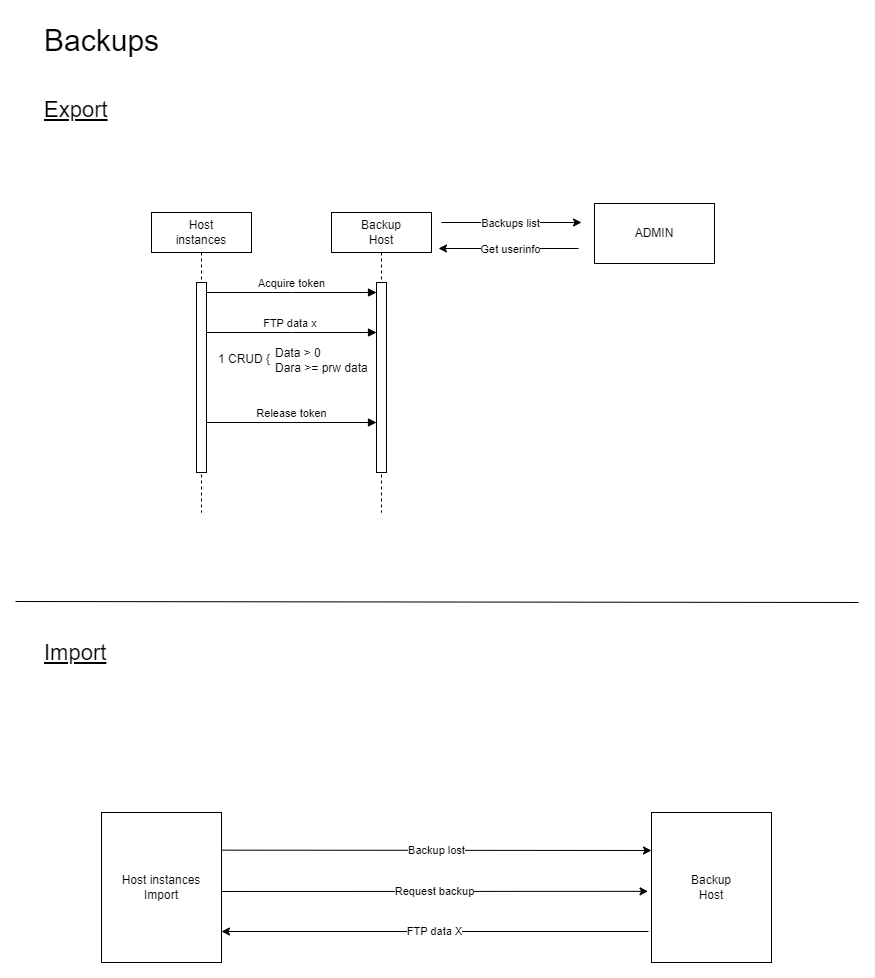
yesbabylon/b2 keeps this draw.io diagram as doc/Backups.png. Above is the earlier version. Source tidied: cells renumbered, new cells last; positions are measured from the earlier drawing's top-left corner, leaving out a move shared by most shapes. Its diagram source:
```xml
<mxGraphModel>
  <root>
    <mxCell id="0" />
    <mxCell id="1" parent="0" />
    <mxCell id="2" value="Host&lt;br&gt;instances" style="shape=umlLifeline;perimeter=lifelinePerimeter;whiteSpace=wrap;html=1;newEdgeStyle={&quot;edgeStyle&quot;:&quot;elbowEdgeStyle&quot;,&quot;elbow&quot;:&quot;vertical&quot;,&quot;curved&quot;:0,&quot;rounded&quot;:0};" parent="1" vertex="1">
      <mxGeometry x="136" y="197" width="100" height="300" as="geometry" />
    </mxCell>
    <mxCell id="3" style="html=1;points=[];perimeter=orthogonalPerimeter;outlineConnect=0;targetShapes=umlLifeline;portConstraint=eastwest;newEdgeStyle={&quot;edgeStyle&quot;:&quot;elbowEdgeStyle&quot;,&quot;elbow&quot;:&quot;vertical&quot;,&quot;curved&quot;:0,&quot;rounded&quot;:0};" parent="2" vertex="1">
      <mxGeometry x="45" y="70" width="10" height="190" as="geometry" />
    </mxCell>
    <mxCell id="4" value="Backup&lt;br&gt;Host" style="shape=umlLifeline;perimeter=lifelinePerimeter;whiteSpace=wrap;html=1;outlineConnect=0;portConstraint=eastwest;newEdgeStyle={&quot;edgeStyle&quot;:&quot;elbowEdgeStyle&quot;,&quot;elbow&quot;:&quot;vertical&quot;,&quot;curved&quot;:0,&quot;rounded&quot;:0};" parent="1" vertex="1">
      <mxGeometry x="316" y="197" width="100" height="300" as="geometry" />
    </mxCell>
    <mxCell id="5" style="html=1;points=[];perimeter=orthogonalPerimeter;outlineConnect=0;targetShapes=umlLifeline;portConstraint=eastwest;newEdgeStyle={&quot;edgeStyle&quot;:&quot;elbowEdgeStyle&quot;,&quot;elbow&quot;:&quot;vertical&quot;,&quot;curved&quot;:0,&quot;rounded&quot;:0};" parent="4" vertex="1">
      <mxGeometry x="45" y="70" width="10" height="190" as="geometry" />
    </mxCell>
    <mxCell id="6" value="Acquire token" style="html=1;verticalAlign=bottom;endArrow=block;edgeStyle=elbowEdgeStyle;elbow=vertical;curved=0;rounded=0;" parent="1" edge="1" source="3" target="5">
      <mxGeometry relative="1" as="geometry">
        <Array as="points">
          <mxPoint x="276" y="277" />
        </Array>
      </mxGeometry>
    </mxCell>
    <mxCell id="7" value="FTP data x&amp;nbsp;" style="html=1;verticalAlign=bottom;endArrow=block;edgeStyle=elbowEdgeStyle;elbow=vertical;curved=0;rounded=0;" parent="1" edge="1">
      <mxGeometry relative="1" as="geometry">
        <mxPoint x="191" y="317" as="sourcePoint" />
        <mxPoint x="361" y="317" as="targetPoint" />
        <Array as="points">
          <mxPoint x="276" y="317" />
        </Array>
      </mxGeometry>
    </mxCell>
    <mxCell id="8" value="1 CRUD {" style="text;html=1;align=right;verticalAlign=middle;strokeColor=none;fillColor=none;" parent="1" vertex="1">
      <mxGeometry x="176" y="329" width="80" height="30" as="geometry" />
    </mxCell>
    <mxCell id="9" value="Data &amp;gt; 0&lt;br&gt;&lt;div style=&quot;&quot;&gt;&lt;span style=&quot;background-color: initial;&quot;&gt;Dara &amp;gt;= prw data&lt;/span&gt;&lt;/div&gt;" style="text;html=1;align=left;verticalAlign=middle;strokeColor=none;fillColor=none;" parent="1" vertex="1">
      <mxGeometry x="258" y="325" width="120" height="40" as="geometry" />
    </mxCell>
    <mxCell id="10" value="Release token" style="html=1;verticalAlign=bottom;endArrow=block;edgeStyle=elbowEdgeStyle;elbow=vertical;curved=0;rounded=0;" parent="1" edge="1">
      <mxGeometry relative="1" as="geometry">
        <mxPoint x="191" y="407" as="sourcePoint" />
        <mxPoint x="361" y="407" as="targetPoint" />
        <Array as="points">
          <mxPoint x="276" y="407" />
        </Array>
      </mxGeometry>
    </mxCell>
    <mxCell id="11" value="ADMIN" style="whiteSpace=wrap;html=1;" parent="1" vertex="1">
      <mxGeometry x="579" y="188" width="120" height="60" as="geometry" />
    </mxCell>
    <mxCell id="12" style="edgeStyle=none;orthogonalLoop=1;jettySize=auto;html=1;rounded=0;" parent="1" edge="1">
      <mxGeometry relative="1" as="geometry">
        <mxPoint x="426" y="207" as="sourcePoint" />
        <mxPoint x="566" y="207" as="targetPoint" />
      </mxGeometry>
    </mxCell>
    <mxCell id="13" value="Backups list" style="edgeLabel;html=1;align=center;verticalAlign=middle;" parent="12" vertex="1">
      <mxGeometry x="-0.03" relative="1" as="geometry" />
    </mxCell>
    <mxCell id="14" style="edgeStyle=none;orthogonalLoop=1;jettySize=auto;html=1;rounded=0;" parent="1" edge="1">
      <mxGeometry relative="1" as="geometry">
        <mxPoint x="563" y="233" as="sourcePoint" />
        <mxPoint x="423" y="233" as="targetPoint" />
      </mxGeometry>
    </mxCell>
    <mxCell id="15" value="Get userinfo" style="edgeLabel;html=1;align=center;verticalAlign=middle;" parent="14" vertex="1">
      <mxGeometry x="-0.02" relative="1" as="geometry" />
    </mxCell>
    <mxCell id="16" value="&lt;font style=&quot;font-size: 30px;&quot;&gt;Backups&lt;/font&gt;" style="text;html=1;align=left;verticalAlign=middle;strokeColor=none;fillColor=none;" parent="1" vertex="1">
      <mxGeometry x="27" width="140" height="50" as="geometry" />
    </mxCell>
    <mxCell id="17" value="&lt;font size=&quot;1&quot; style=&quot;&quot;&gt;&lt;u style=&quot;font-size: 22px;&quot;&gt;Export&lt;/u&gt;&lt;/font&gt;" style="text;html=1;align=left;verticalAlign=middle;strokeColor=none;fillColor=none;" parent="1" vertex="1">
      <mxGeometry x="27" y="75" width="90" height="40" as="geometry" />
    </mxCell>
    <mxCell id="18" value="&lt;font size=&quot;1&quot; style=&quot;&quot;&gt;&lt;u style=&quot;font-size: 22px;&quot;&gt;Import&lt;/u&gt;&lt;/font&gt;" style="text;html=1;align=left;verticalAlign=middle;strokeColor=none;fillColor=none;" parent="1" vertex="1">
      <mxGeometry x="27" y="618" width="90" height="40" as="geometry" />
    </mxCell>
    <mxCell id="19" value="Host instances&lt;br&gt;Import" style="whiteSpace=wrap;html=1;" parent="1" vertex="1">
      <mxGeometry x="86" y="797" width="120" height="150" as="geometry" />
    </mxCell>
    <mxCell id="20" value="Backup&lt;br&gt;Host" style="whiteSpace=wrap;html=1;" parent="1" vertex="1">
      <mxGeometry x="636" y="797" width="120" height="150" as="geometry" />
    </mxCell>
    <mxCell id="21" value="Backup lost" style="edgeStyle=none;orthogonalLoop=1;jettySize=auto;html=1;rounded=0;exitX=0.997;exitY=0.151;exitDx=0;exitDy=0;exitPerimeter=0;" parent="1" edge="1">
      <mxGeometry relative="1" as="geometry">
        <mxPoint x="205.6" y="834.6" as="sourcePoint" />
        <mxPoint x="636" y="835" as="targetPoint" />
      </mxGeometry>
    </mxCell>
    <mxCell id="22" value="Request backup" style="edgeStyle=none;orthogonalLoop=1;jettySize=auto;html=1;rounded=0;exitX=0.997;exitY=0.151;exitDx=0;exitDy=0;exitPerimeter=0;entryX=-0.029;entryY=0.459;entryDx=0;entryDy=0;entryPerimeter=0;" parent="1" edge="1">
      <mxGeometry relative="1" as="geometry">
        <mxPoint x="206" y="876" as="sourcePoint" />
        <mxPoint x="632.5" y="875.9" as="targetPoint" />
      </mxGeometry>
    </mxCell>
    <mxCell id="23" value="FTP data X" style="edgeStyle=none;orthogonalLoop=1;jettySize=auto;html=1;rounded=0;exitX=0.997;exitY=0.151;exitDx=0;exitDy=0;exitPerimeter=0;entryX=-0.029;entryY=0.459;entryDx=0;entryDy=0;entryPerimeter=0;" parent="1" edge="1">
      <mxGeometry relative="1" as="geometry">
        <mxPoint x="633" y="916" as="sourcePoint" />
        <mxPoint x="206" y="916" as="targetPoint" />
      </mxGeometry>
    </mxCell>
    <mxCell id="24" style="edgeStyle=none;orthogonalLoop=1;jettySize=auto;html=1;rounded=0;endArrow=none;endFill=0;" parent="1" edge="1">
      <mxGeometry relative="1" as="geometry">
        <mxPoint y="586" as="sourcePoint" />
        <mxPoint x="843" y="587" as="targetPoint" />
      </mxGeometry>
    </mxCell>
  </root>
</mxGraphModel>
```
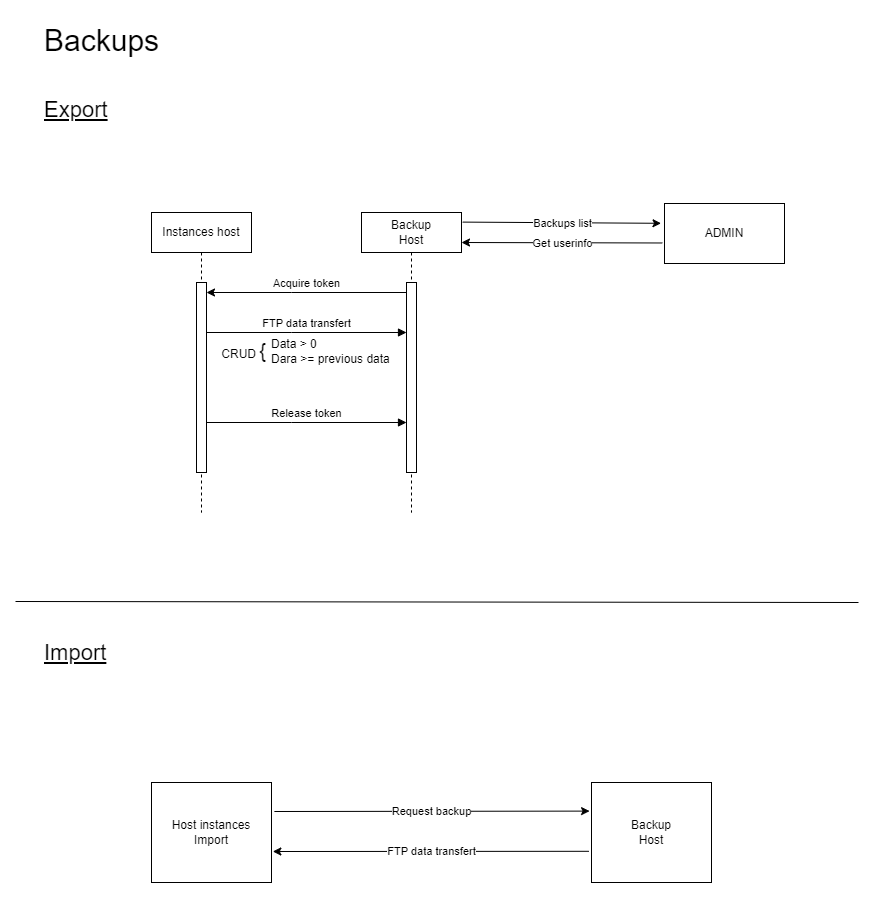
After the commit.

What changed in the source:
```diff
@@ -2,69 +2,65 @@
   <root>
     <mxCell id="0" />
     <mxCell id="1" parent="0" />
-    <mxCell id="2" value="Host&lt;br&gt;instances" style="shape=umlLifeline;perimeter=lifelinePerimeter;whiteSpace=wrap;html=1;newEdgeStyle={&quot;edgeStyle&quot;:&quot;elbowEdgeStyle&quot;,&quot;elbow&quot;:&quot;vertical&quot;,&quot;curved&quot;:0,&quot;rounded&quot;:0};" parent="1" vertex="1">
+    <mxCell id="2" value="Instances host" style="shape=umlLifeline;perimeter=lifelinePerimeter;whiteSpace=wrap;html=1;newEdgeStyle={&quot;edgeStyle&quot;:&quot;elbowEdgeStyle&quot;,&quot;elbow&quot;:&quot;vertical&quot;,&quot;curved&quot;:0,&quot;rounded&quot;:0};" parent="1" vertex="1">
       <mxGeometry x="136" y="197" width="100" height="300" as="geometry" />
     </mxCell>
     <mxCell id="3" style="html=1;points=[];perimeter=orthogonalPerimeter;outlineConnect=0;targetShapes=umlLifeline;portConstraint=eastwest;newEdgeStyle={&quot;edgeStyle&quot;:&quot;elbowEdgeStyle&quot;,&quot;elbow&quot;:&quot;vertical&quot;,&quot;curved&quot;:0,&quot;rounded&quot;:0};" parent="2" vertex="1">
       <mxGeometry x="45" y="70" width="10" height="190" as="geometry" />
     </mxCell>
     <mxCell id="4" value="Backup&lt;br&gt;Host" style="shape=umlLifeline;perimeter=lifelinePerimeter;whiteSpace=wrap;html=1;outlineConnect=0;portConstraint=eastwest;newEdgeStyle={&quot;edgeStyle&quot;:&quot;elbowEdgeStyle&quot;,&quot;elbow&quot;:&quot;vertical&quot;,&quot;curved&quot;:0,&quot;rounded&quot;:0};" parent="1" vertex="1">
-      <mxGeometry x="316" y="197" width="100" height="300" as="geometry" />
+      <mxGeometry x="346" y="197" width="100" height="300" as="geometry" />
     </mxCell>
     <mxCell id="5" style="html=1;points=[];perimeter=orthogonalPerimeter;outlineConnect=0;targetShapes=umlLifeline;portConstraint=eastwest;newEdgeStyle={&quot;edgeStyle&quot;:&quot;elbowEdgeStyle&quot;,&quot;elbow&quot;:&quot;vertical&quot;,&quot;curved&quot;:0,&quot;rounded&quot;:0};" parent="4" vertex="1">
       <mxGeometry x="45" y="70" width="10" height="190" as="geometry" />
     </mxCell>
-    <mxCell id="6" value="Acquire token" style="html=1;verticalAlign=bottom;endArrow=block;edgeStyle=elbowEdgeStyle;elbow=vertical;curved=0;rounded=0;" parent="1" edge="1" source="3" target="5">
+    <mxCell id="6" value="Acquire token" style="html=1;verticalAlign=bottom;endArrow=none;edgeStyle=elbowEdgeStyle;elbow=vertical;curved=0;rounded=0;startArrow=classic;startFill=1;endFill=0;" parent="1" edge="1" source="3" target="5">
       <mxGeometry relative="1" as="geometry">
         <Array as="points">
           <mxPoint x="276" y="277" />
         </Array>
       </mxGeometry>
     </mxCell>
-    <mxCell id="7" value="FTP data x&amp;nbsp;" style="html=1;verticalAlign=bottom;endArrow=block;edgeStyle=elbowEdgeStyle;elbow=vertical;curved=0;rounded=0;" parent="1" edge="1">
+    <mxCell id="7" value="FTP data transfert" style="html=1;verticalAlign=bottom;endArrow=block;edgeStyle=elbowEdgeStyle;elbow=vertical;curved=0;rounded=0;" parent="1" edge="1" target="5">
       <mxGeometry relative="1" as="geometry">
         <mxPoint x="191" y="317" as="sourcePoint" />
-        <mxPoint x="361" y="317" as="targetPoint" />
         <Array as="points">
           <mxPoint x="276" y="317" />
         </Array>
       </mxGeometry>
     </mxCell>
-    <mxCell id="8" value="1 CRUD {" style="text;html=1;align=right;verticalAlign=middle;strokeColor=none;fillColor=none;" parent="1" vertex="1">
-      <mxGeometry x="176" y="329" width="80" height="30" as="geometry" />
+    <mxCell id="8" value="CRUD &lt;font style=&quot;font-size: 20px;&quot;&gt;{&lt;/font&gt;" style="text;html=1;align=right;verticalAlign=middle;strokeColor=none;fillColor=none;" parent="1" vertex="1">
+      <mxGeometry x="182" y="315" width="70" height="40" as="geometry" />
     </mxCell>
-    <mxCell id="9" value="Data &amp;gt; 0&lt;br&gt;&lt;div style=&quot;&quot;&gt;&lt;span style=&quot;background-color: initial;&quot;&gt;Dara &amp;gt;= prw data&lt;/span&gt;&lt;/div&gt;" style="text;html=1;align=left;verticalAlign=middle;strokeColor=none;fillColor=none;" parent="1" vertex="1">
-      <mxGeometry x="258" y="325" width="120" height="40" as="geometry" />
+    <mxCell id="9" value="Data &amp;gt; 0&lt;br&gt;&lt;div style=&quot;&quot;&gt;&lt;span style=&quot;background-color: initial;&quot;&gt;Dara &amp;gt;= previous data&lt;/span&gt;&lt;/div&gt;" style="text;html=1;align=left;verticalAlign=middle;strokeColor=none;fillColor=none;" parent="1" vertex="1">
+      <mxGeometry x="254" y="316" width="140" height="40" as="geometry" />
     </mxCell>
-    <mxCell id="10" value="Release token" style="html=1;verticalAlign=bottom;endArrow=block;edgeStyle=elbowEdgeStyle;elbow=vertical;curved=0;rounded=0;" parent="1" edge="1">
+    <mxCell id="10" value="Release token" style="html=1;verticalAlign=bottom;endArrow=block;edgeStyle=elbowEdgeStyle;elbow=vertical;curved=0;rounded=0;" parent="1" edge="1" target="5">
       <mxGeometry relative="1" as="geometry">
         <mxPoint x="191" y="407" as="sourcePoint" />
-        <mxPoint x="361" y="407" as="targetPoint" />
         <Array as="points">
           <mxPoint x="276" y="407" />
         </Array>
       </mxGeometry>
     </mxCell>
     <mxCell id="11" value="ADMIN" style="whiteSpace=wrap;html=1;" parent="1" vertex="1">
-      <mxGeometry x="579" y="188" width="120" height="60" as="geometry" />
+      <mxGeometry x="649" y="188" width="120" height="60" as="geometry" />
     </mxCell>
-    <mxCell id="12" style="edgeStyle=none;orthogonalLoop=1;jettySize=auto;html=1;rounded=0;" parent="1" edge="1">
-      <mxGeometry relative="1" as="geometry">
-        <mxPoint x="426" y="207" as="sourcePoint" />
-        <mxPoint x="566" y="207" as="targetPoint" />
-      </mxGeometry>
+    <mxCell id="12" style="edgeStyle=none;jettySize=auto;html=1;rounded=0;exitX=1.012;exitY=0.032;exitDx=0;exitDy=0;exitPerimeter=0;entryX=-0.029;entryY=0.33;entryDx=0;entryDy=0;entryPerimeter=0;" parent="1" edge="1" source="4" target="11">
+      <mxGeometry relative="1" as="geometry" />
     </mxCell>
     <mxCell id="13" value="Backups list" style="edgeLabel;html=1;align=center;verticalAlign=middle;" parent="12" vertex="1">
-      <mxGeometry x="-0.03" relative="1" as="geometry" />
+      <mxGeometry x="-0.03" relative="1" as="geometry">
+        <mxPoint x="3" as="offset" />
+      </mxGeometry>
     </mxCell>
-    <mxCell id="14" style="edgeStyle=none;orthogonalLoop=1;jettySize=auto;html=1;rounded=0;" parent="1" edge="1">
-      <mxGeometry relative="1" as="geometry">
-        <mxPoint x="563" y="233" as="sourcePoint" />
-        <mxPoint x="423" y="233" as="targetPoint" />
-      </mxGeometry>
+    <mxCell id="14" style="edgeStyle=none;jettySize=auto;html=1;rounded=0;exitX=-0.018;exitY=0.658;exitDx=0;exitDy=0;exitPerimeter=0;entryX=1;entryY=0.1;entryDx=0;entryDy=0;entryPerimeter=0;" parent="1" edge="1" source="11" target="4">
+      <mxGeometry relative="1" as="geometry" />
     </mxCell>
     <mxCell id="15" value="Get userinfo" style="edgeLabel;html=1;align=center;verticalAlign=middle;" parent="14" vertex="1">
-      <mxGeometry x="-0.02" relative="1" as="geometry" />
+      <mxGeometry x="-0.02" relative="1" as="geometry">
+        <mxPoint x="-2" as="offset" />
+      </mxGeometry>
     </mxCell>
     <mxCell id="16" value="&lt;font style=&quot;font-size: 30px;&quot;&gt;Backups&lt;/font&gt;" style="text;html=1;align=left;verticalAlign=middle;strokeColor=none;fillColor=none;" parent="1" vertex="1">
       <mxGeometry x="27" width="140" height="50" as="geometry" />
@@ -76,28 +72,16 @@
       <mxGeometry x="27" y="618" width="90" height="40" as="geometry" />
     </mxCell>
     <mxCell id="19" value="Host instances&lt;br&gt;Import" style="whiteSpace=wrap;html=1;" parent="1" vertex="1">
-      <mxGeometry x="86" y="797" width="120" height="150" as="geometry" />
+      <mxGeometry x="136" y="767" width="120" height="100" as="geometry" />
     </mxCell>
     <mxCell id="20" value="Backup&lt;br&gt;Host" style="whiteSpace=wrap;html=1;" parent="1" vertex="1">
-      <mxGeometry x="636" y="797" width="120" height="150" as="geometry" />
+      <mxGeometry x="576" y="767" width="120" height="100" as="geometry" />
     </mxCell>
-    <mxCell id="21" value="Backup lost" style="edgeStyle=none;orthogonalLoop=1;jettySize=auto;html=1;rounded=0;exitX=0.997;exitY=0.151;exitDx=0;exitDy=0;exitPerimeter=0;" parent="1" edge="1">
-      <mxGeometry relative="1" as="geometry">
-        <mxPoint x="205.6" y="834.6" as="sourcePoint" />
-        <mxPoint x="636" y="835" as="targetPoint" />
-      </mxGeometry>
-    </mxCell>
-    <mxCell id="22" value="Request backup" style="edgeStyle=none;orthogonalLoop=1;jettySize=auto;html=1;rounded=0;exitX=0.997;exitY=0.151;exitDx=0;exitDy=0;exitPerimeter=0;entryX=-0.029;entryY=0.459;entryDx=0;entryDy=0;entryPerimeter=0;" parent="1" edge="1">
-      <mxGeometry relative="1" as="geometry">
-        <mxPoint x="206" y="876" as="sourcePoint" />
-        <mxPoint x="632.5" y="875.9" as="targetPoint" />
-      </mxGeometry>
+    <mxCell id="22" value="Request backup" style="edgeStyle=none;jettySize=auto;html=1;rounded=0;exitX=1.024;exitY=0.29;exitDx=0;exitDy=0;exitPerimeter=0;entryX=-0.016;entryY=0.286;entryDx=0;entryDy=0;entryPerimeter=0;" parent="1" edge="1" source="19" target="20">
+      <mxGeometry relative="1" as="geometry" />
     </mxCell>
-    <mxCell id="23" value="FTP data X" style="edgeStyle=none;orthogonalLoop=1;jettySize=auto;html=1;rounded=0;exitX=0.997;exitY=0.151;exitDx=0;exitDy=0;exitPerimeter=0;entryX=-0.029;entryY=0.459;entryDx=0;entryDy=0;entryPerimeter=0;" parent="1" edge="1">
-      <mxGeometry relative="1" as="geometry">
-        <mxPoint x="633" y="916" as="sourcePoint" />
-        <mxPoint x="206" y="916" as="targetPoint" />
-      </mxGeometry>
+    <mxCell id="23" value="FTP data transfert" style="edgeStyle=none;jettySize=auto;html=1;rounded=0;exitX=-0.022;exitY=0.688;exitDx=0;exitDy=0;exitPerimeter=0;entryX=1.011;entryY=0.69;entryDx=0;entryDy=0;entryPerimeter=0;" parent="1" edge="1" source="20" target="19">
+      <mxGeometry relative="1" as="geometry" />
     </mxCell>
     <mxCell id="24" style="edgeStyle=none;orthogonalLoop=1;jettySize=auto;html=1;rounded=0;endArrow=none;endFill=0;" parent="1" edge="1">
       <mxGeometry relative="1" as="geometry">
```
